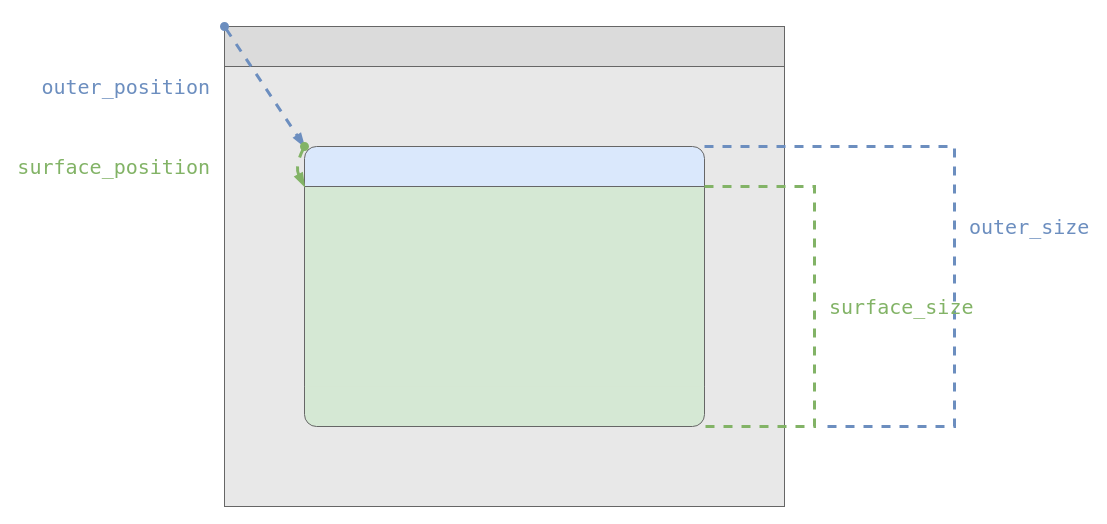
rust-windowing/winit keeps this draw.io diagram as page "desktop" (1 of 2) of docs/res/coordinate-systems.drawio. Above is the earlier version. Source tidied: cells renumbered, new cells numbered last; positions are measured from the earlier drawing's top-left corner, leaving out a move shared by most shapes. Both pictures are drawn from the tidied source at 100%, with x=0, y=0 at pixel (224, 26).
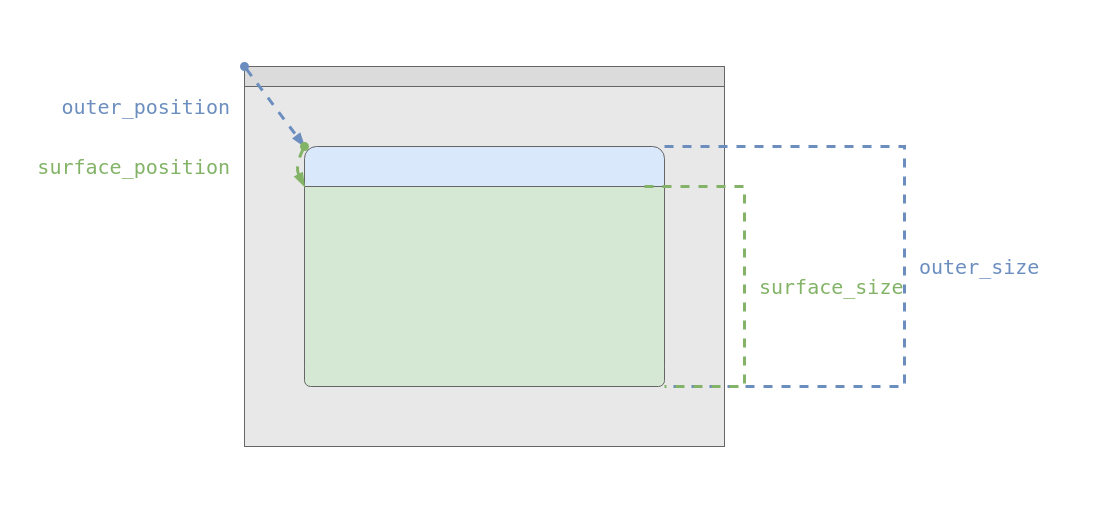
After the change.

Commit message (it also covers changes not shown here):
Fix text on devices with a larger monospace font

What changed in the source:
```diff
@@
     <mxCell id="2" style="rounded=0;whiteSpace=wrap;html=1;fillColor=#E8E8E8;fontColor=#333333;strokeColor=#666666;" parent="1" vertex="1">
-      <mxGeometry width="560" height="480" as="geometry" />
+      <mxGeometry x="20" y="60" width="480" height="360" as="geometry" />
     </mxCell>
+    <mxCell id="5" style="rounded=1;whiteSpace=wrap;html=1;shadow=0;fillColor=#d5e8d4;strokeColor=#666666;" parent="1" vertex="1">
+      <mxGeometry x="80" y="320" width="360" height="40" as="geometry" />
+    </mxCell>
     <mxCell id="3" style="rounded=1;whiteSpace=wrap;html=1;shadow=0;fillColor=#dae8fc;strokeColor=#666666;" parent="1" vertex="1">
-      <mxGeometry x="80" y="120" width="400" height="80" as="geometry" />
+      <mxGeometry x="80" y="120" width="360" height="80" as="geometry" />
     </mxCell>
     <mxCell id="4" style="rounded=0;whiteSpace=wrap;html=1;fillColor=#DBDBDB;strokeColor=#666666;fontColor=#333333;" parent="1" vertex="1">
-      <mxGeometry width="560" height="40" as="geometry" />
+      <mxGeometry x="20" y="40" width="480" height="20" as="geometry" />
     </mxCell>
-    <mxCell id="5" style="rounded=1;whiteSpace=wrap;html=1;shadow=0;fillColor=#d5e8d4;strokeColor=#666666;" parent="1" vertex="1">
-      <mxGeometry x="80" y="320" width="400" height="80" as="geometry" />
-    </mxCell>
     <mxCell id="6" style="rounded=0;whiteSpace=wrap;html=1;strokeColor=none;fillColor=#d5e8d4;" parent="1" vertex="1">
-      <mxGeometry x="80" y="160" width="400" height="200" as="geometry" />
+      <mxGeometry x="80" y="160" width="360" height="180" as="geometry" />
     </mxCell>
@@
-    <mxCell id="10" value="&lt;font&gt;outer_position&lt;/font&gt;" style="endArrow=blockThin;html=1;strokeWidth=3;rounded=0;exitX=0;exitY=0;exitDx=0;exitDy=0;dashed=1;align=right;fontSize=20;fontFamily=monospace;fontColor=#6C8EBF;labelBackgroundColor=none;spacingLeft=0;spacingRight=15;spacing=0;fillColor=#dae8fc;strokeColor=#6C8EBF;endFill=1;startArrow=oval;startFill=1;endSize=6;targetPerimeterSpacing=0;" parent="1" edge="1" source="4">
-      <mxGeometry x="-0.31" y="-33" relative="1" as="geometry">
-        <mxPoint x="80" y="120" as="targetPoint" />
-      </mxGeometry>
+    <mxCell id="10" value="&lt;font&gt;outer_position&lt;/font&gt;" style="endArrow=blockThin;html=1;strokeWidth=3;rounded=0;exitX=0;exitY=0;exitDx=0;exitDy=0;dashed=1;align=right;fontSize=20;fontFamily=monospace;fontColor=#6C8EBF;labelBackgroundColor=none;spacingLeft=0;spacingRight=15;spacing=0;fillColor=#dae8fc;strokeColor=#6C8EBF;endFill=1;startArrow=oval;startFill=1;endSize=6;targetPerimeterSpacing=0;entryX=0;entryY=0;entryDx=0;entryDy=0;" parent="1" edge="1" source="4" target="3">
+      <mxGeometry x="-0.36" y="-24" relative="1" as="geometry" />
     </mxCell>
-    <mxCell id="11" value="&lt;font&gt;outer_size&lt;/font&gt;" style="endArrow=none;html=1;strokeWidth=3;rounded=0;dashed=1;align=left;fontSize=20;fontFamily=monospace;fontColor=#6C8EBF;labelBackgroundColor=none;spacingLeft=15;spacingRight=0;spacing=0;exitX=1;exitY=0;exitDx=0;exitDy=0;fillColor=#dae8fc;strokeColor=#6c8ebf;" parent="1" edge="1" source="3">
+    <mxCell id="11" value="&lt;font&gt;outer_size&lt;/font&gt;" style="endArrow=none;html=1;strokeWidth=3;rounded=0;dashed=1;align=left;fontSize=20;fontFamily=monospace;fontColor=#6C8EBF;labelBackgroundColor=none;spacingLeft=15;spacingRight=0;spacing=0;exitX=1;exitY=0;exitDx=0;exitDy=0;fillColor=#dae8fc;strokeColor=#6c8ebf;entryX=1;entryY=1;entryDx=0;entryDy=0;" parent="1" edge="1" source="3" target="5">
       <mxGeometry relative="1" as="geometry">
-        <mxPoint x="600" y="400" as="targetPoint" />
         <Array as="points">
-          <mxPoint x="730" y="120" />
-          <mxPoint x="730" y="400" />
+          <mxPoint x="680" y="120" />
+          <mxPoint x="680" y="360" />
         </Array>
       </mxGeometry>
     </mxCell>
     <mxCell id="12" value="&lt;font&gt;surface_size&lt;/font&gt;" style="endArrow=none;html=1;strokeWidth=3;rounded=0;dashed=1;align=left;fontSize=20;fontFamily=monospace;fontColor=#82B366;labelBackgroundColor=none;spacingLeft=15;spacingRight=0;spacing=0;entryX=1;entryY=1;entryDx=0;entryDy=0;fillColor=#d5e8d4;strokeColor=#82B366;" parent="1" edge="1" target="5">
-      <mxGeometry relative="1" as="geometry">
-        <mxPoint x="480" y="160" as="sourcePoint" />
+      <mxGeometry x="0.05" relative="1" as="geometry">
+        <mxPoint x="420" y="160" as="sourcePoint" />
         <Array as="points">
-          <mxPoint x="590" y="160" />
-          <mxPoint x="590" y="400" />
+          <mxPoint x="520" y="160" />
+          <mxPoint x="520" y="360" />
         </Array>
       </mxGeometry>
     </mxCell>
     <mxCell id="13" value="&lt;font&gt;surface_position&lt;/font&gt;" style="endArrow=blockThin;html=1;strokeWidth=3;rounded=0;dashed=1;align=right;fontSize=20;fontFamily=monospace;fontColor=#82B366;labelBackgroundColor=none;spacingLeft=0;spacingRight=15;spacing=0;fillColor=#d5e8d4;strokeColor=#82b366;exitX=0;exitY=0;exitDx=0;exitDy=0;entryX=0;entryY=0;entryDx=0;entryDy=0;curved=1;startArrow=oval;startFill=1;endFill=1;" parent="1" edge="1" source="3" target="6">
-      <mxGeometry y="-70" relative="1" as="geometry">
+      <mxGeometry y="-50" relative="1" as="geometry">
         <Array as="points">
           <mxPoint x="70" y="140" />
         </Array>
-        <mxPoint x="-7" y="-31" as="offset" />
+        <mxPoint x="-5" y="-22" as="offset" />
       </mxGeometry>
     </mxCell>
```
